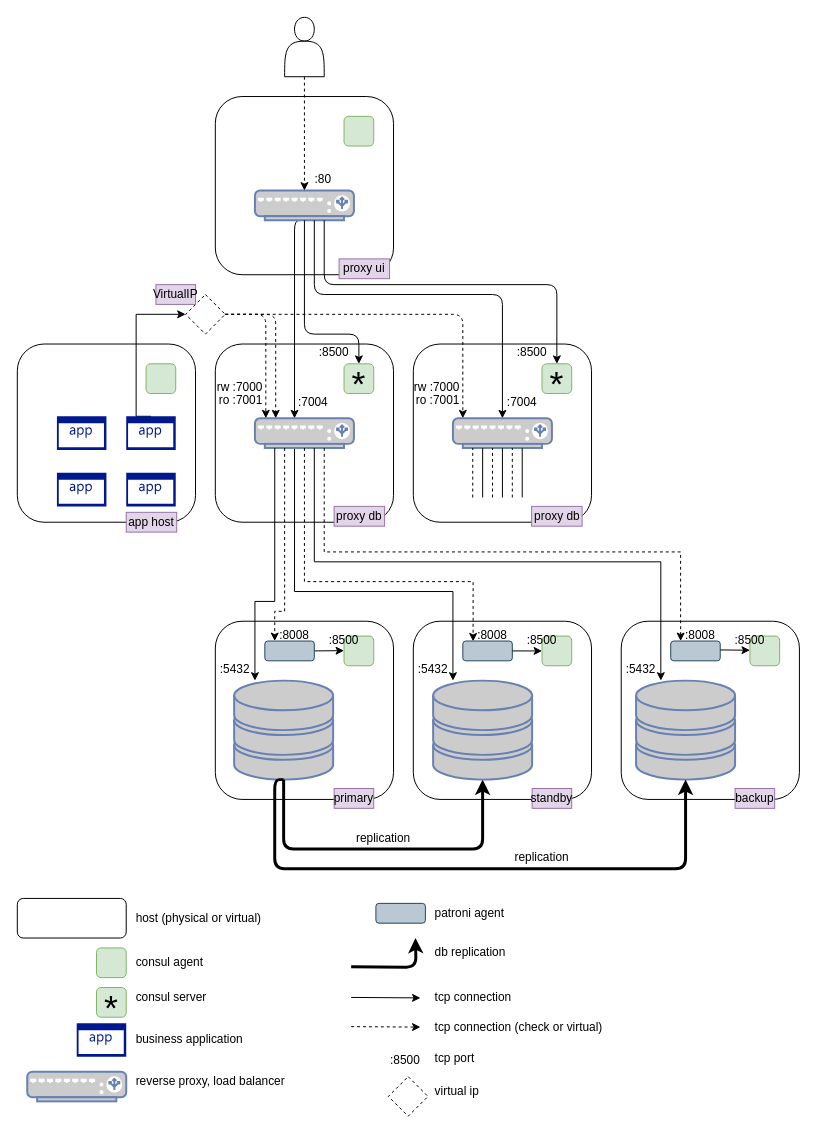
The draw.io diagram arch/networks.drawio in Arnauld/schema, before the edit. Source tidied: cells renumbered, new cells numbered last; positions are measured from the earlier drawing's top-left corner, leaving out a move shared by most shapes. Both pictures are drawn from the tidied source at 99%, with x=0, y=0 at pixel (17, 17).
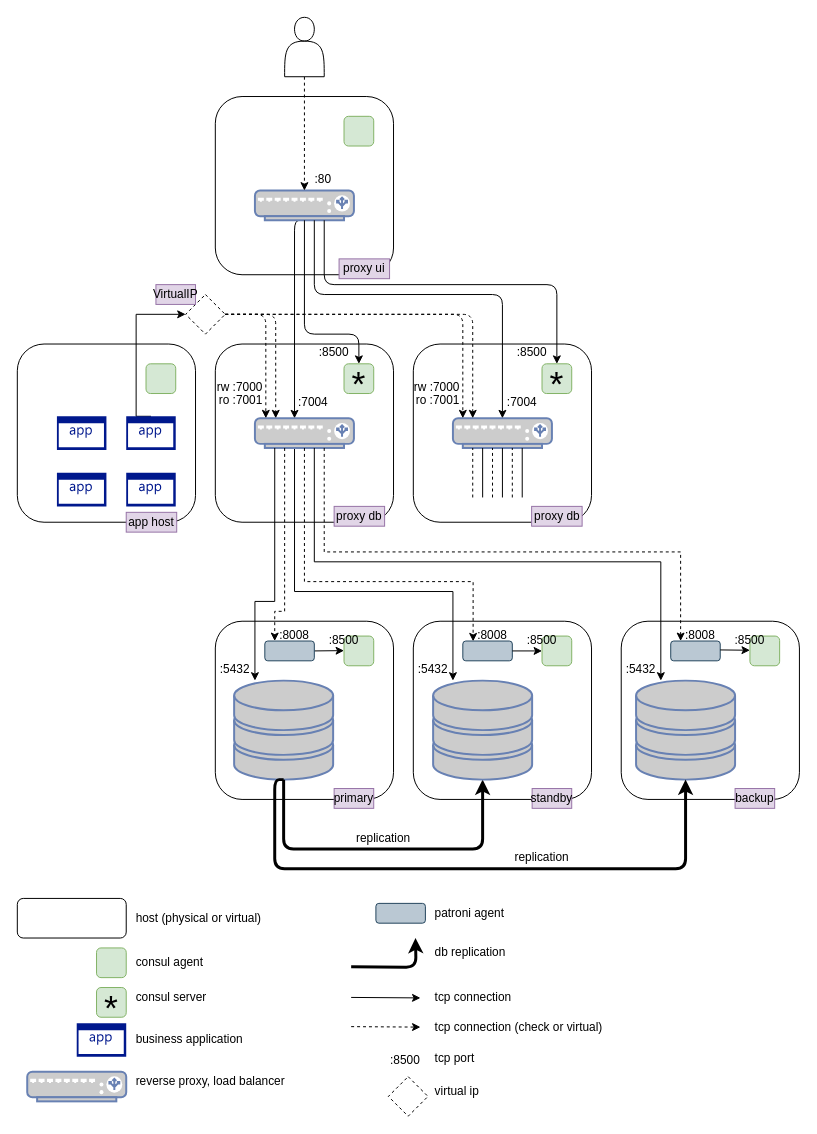
The same diagram, later.

Unchanged cells that the change refers to:
```xml
<mxCell id="33" style="fontColor=#0066CC;verticalAlign=top;verticalLabelPosition=bottom;labelPosition=center;align=center;html=1;outlineConnect=0;fillColor=#CCCCCC;strokeColor=#6881B3;gradientColor=none;gradientDirection=north;strokeWidth=2;shape=mxgraph.networks.load_balancer;" parent="1" vertex="1">
  <mxGeometry x="440" y="405" width="100" height="30" as="geometry" />
</mxCell>
<mxCell id="87" style="rhombus;whiteSpace=wrap;html=1;fillColor=#ffffff;dashed=1;" parent="1" vertex="1">
  <mxGeometry x="170" y="280" width="40" height="40" as="geometry" />
</mxCell>
```

Diff of the diagram source:
```diff
@@
+    <mxCell id="110" style="edgeStyle=orthogonalEdgeStyle;rounded=1;jettySize=auto;html=1;exitX=1;exitY=0.5;exitDx=0;exitDy=0;dashed=1;" parent="1" edge="1" source="87" target="33">
+      <mxGeometry relative="1" as="geometry">
+        <Array as="points">
+          <mxPoint x="460" y="300" />
+        </Array>
+      </mxGeometry>
+    </mxCell>
```
